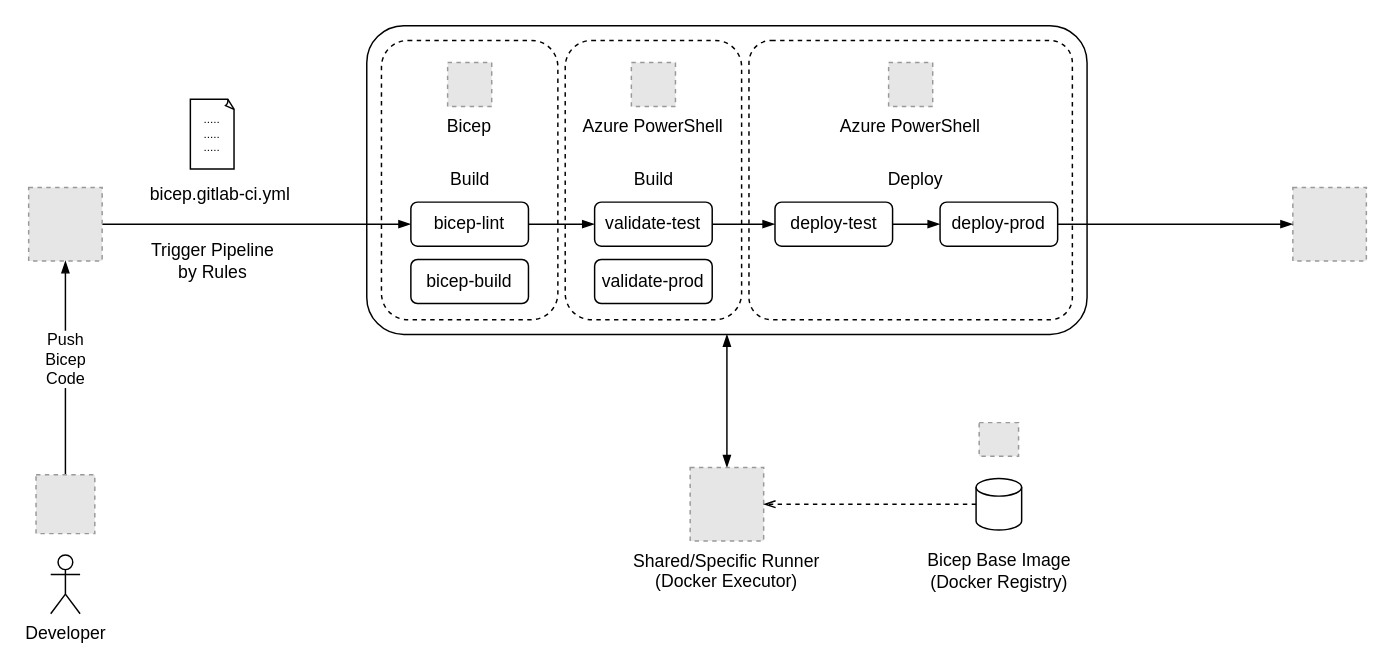
This is page "pipeline" (2 of 3) of assets/2025-06-08-bicep-deployment-stack/bicep-deployment-stack.drawio from webflow-development/webflow.github.io, a draw.io file, before an edit. Source tidied: cells renumbered, new cells numbered last; positions are measured from the earlier drawing's top-left corner, leaving out a move shared by most shapes. Both pictures are drawn from the tidied source at 147%, with x=0, y=0 at pixel (28, 25). Pictures stored in the file or linked from it are replaced by grey dashed boxes.
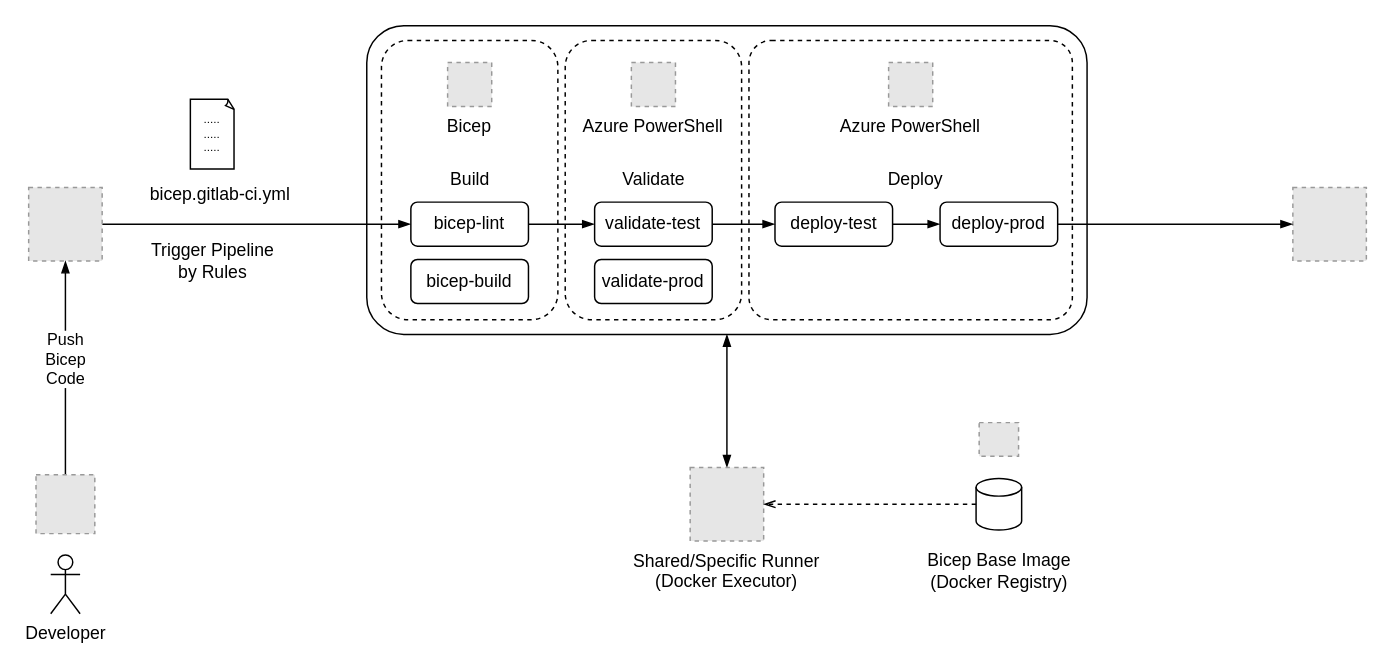
The same diagram, later.

Change to the diagram source:
```diff
@@
-    <mxCell id="34" value="Build" style="text;html=1;align=center;verticalAlign=middle;strokeColor=none;fillColor=none;" parent="1" vertex="1">
-      <mxGeometry x="400" y="90" width="50" height="30" as="geometry" />
+    <mxCell id="34" value="Validate" style="text;html=1;align=center;verticalAlign=middle;strokeColor=none;fillColor=none;" parent="1" vertex="1">
+      <mxGeometry x="390" y="90" width="70" height="30" as="geometry" />
     </mxCell>
```
